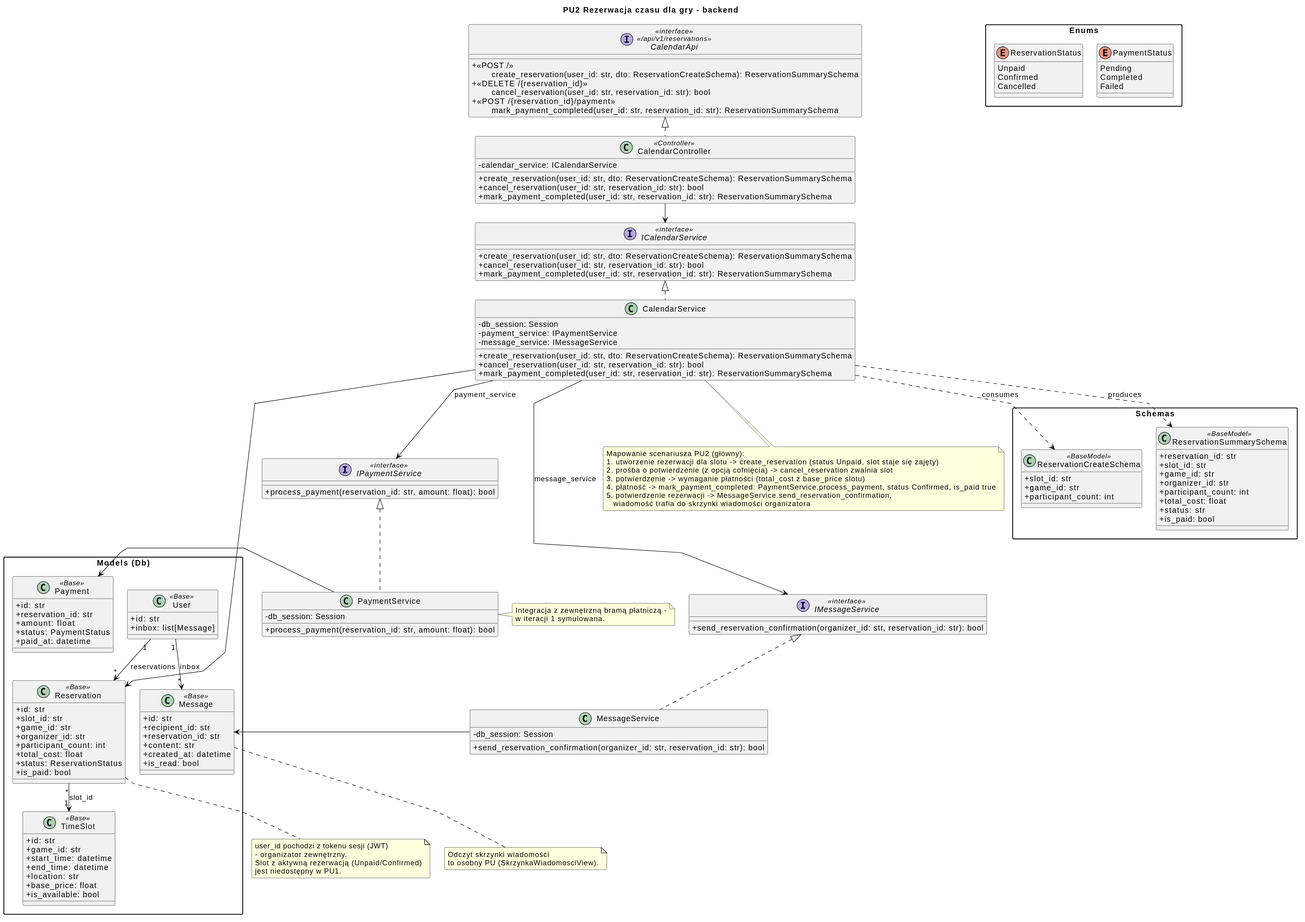
This is diagrams/backend/rendered/reservation.svg from Igor-Ochocki/POP-2026Z, a PlantUML export, as it was before one commit.
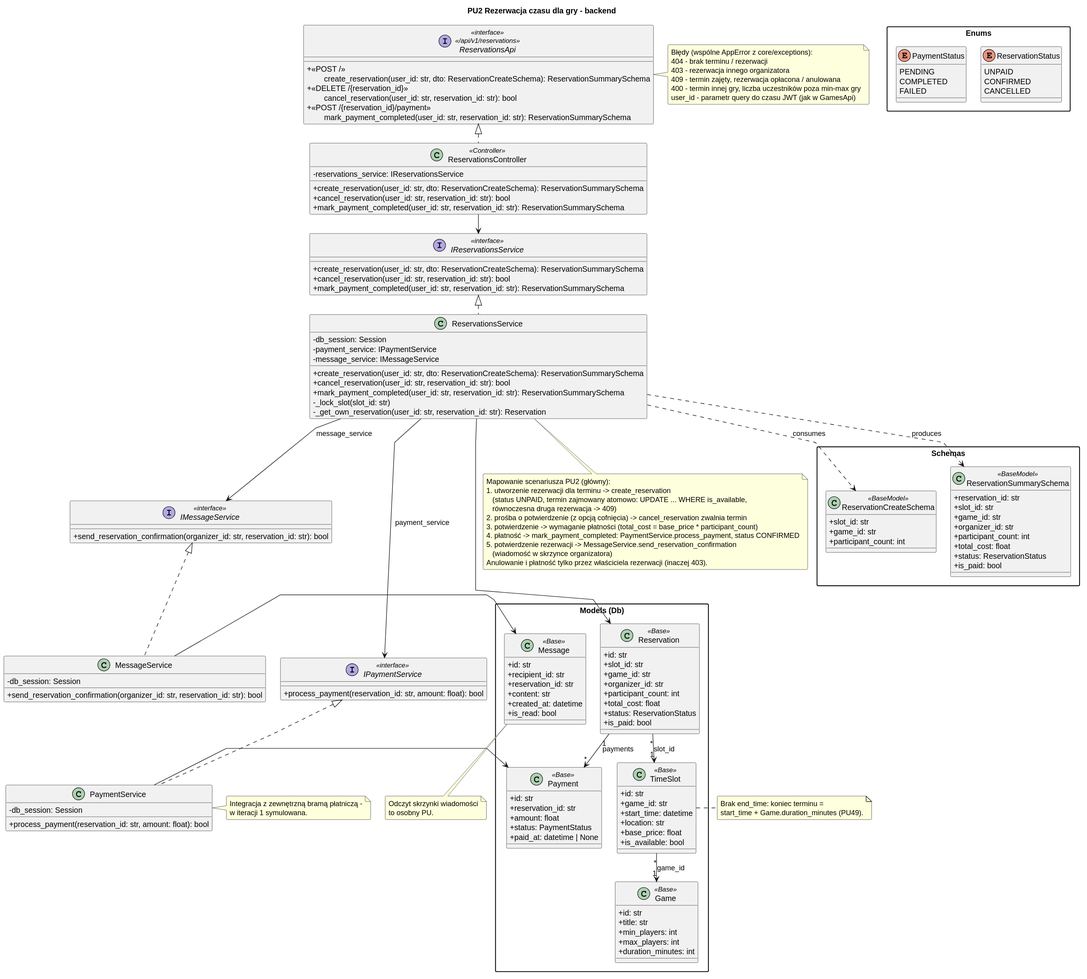
Above is the later version.

Diff of the diagram source:
```diff
@@ -9,32 +9,34 @@
 
 title PU2 Rezerwacja czasu dla gry - backend
 
-interface CalendarApi <<interface>>\n<< /api/v1/reservations >> {
+interface ReservationsApi <<interface>>\n<< /api/v1/reservations >> {
     + <<POST / >>\n\tcreate_reservation(user_id: str, dto: ReservationCreateSchema): ReservationSummarySchema
     + <<DELETE /{reservation_id} >>\n\tcancel_reservation(user_id: str, reservation_id: str): bool
     + <<POST /{reservation_id}/payment >>\n\tmark_payment_completed(user_id: str, reservation_id: str): ReservationSummarySchema
 }
 
-class CalendarController <<Controller>> {
-    - calendar_service: ICalendarService
+class ReservationsController <<Controller>> {
+    - reservations_service: IReservationsService
     + create_reservation(user_id: str, dto: ReservationCreateSchema): ReservationSummarySchema
     + cancel_reservation(user_id: str, reservation_id: str): bool
     + mark_payment_completed(user_id: str, reservation_id: str): ReservationSummarySchema
 }
 
-interface ICalendarService <<interface>> {
+interface IReservationsService <<interface>> {
     + create_reservation(user_id: str, dto: ReservationCreateSchema): ReservationSummarySchema
     + cancel_reservation(user_id: str, reservation_id: str): bool
     + mark_payment_completed(user_id: str, reservation_id: str): ReservationSummarySchema
 }
 
-class CalendarService {
+class ReservationsService {
     - db_session: Session
     - payment_service: IPaymentService
     - message_service: IMessageService
     + create_reservation(user_id: str, dto: ReservationCreateSchema): ReservationSummarySchema
     + cancel_reservation(user_id: str, reservation_id: str): bool
     + mark_payment_completed(user_id: str, reservation_id: str): ReservationSummarySchema
+    - _lock_slot(slot_id: str)
+    - _get_own_reservation(user_id: str, reservation_id: str): Reservation
 }
 
 interface IPaymentService <<interface>> {
@@ -69,7 +71,7 @@
         + organizer_id: str
         + participant_count: int
         + total_cost: float
-        + status: str
+        + status: ReservationStatus
         + is_paid: bool
     }
 }
@@ -91,7 +93,7 @@
         + reservation_id: str
         + amount: float
         + status: PaymentStatus
-        + paid_at: datetime
+        + paid_at: datetime | None
     }
 
     class Message <<Base>> {
@@ -107,60 +109,79 @@
         + id: str
         + game_id: str
         + start_time: datetime
-        + end_time: datetime
         + location: str
         + base_price: float
         + is_available: bool
     }
 
-    class User <<Base>> {
+    class Game <<Base>> {
         + id: str
-        + inbox: list[Message]
+        + title: str
+        + min_players: int
+        + max_players: int
+        + duration_minutes: int
     }
 }
 
 package "Enums" {
     enum ReservationStatus {
-        Unpaid
-        Confirmed
-        Cancelled
+        UNPAID
+        CONFIRMED
+        CANCELLED
     }
 
     enum PaymentStatus {
-        Pending
-        Completed
-        Failed
+        PENDING
+        COMPLETED
+        FAILED
     }
 }
 
-CalendarController .up.|> CalendarApi
-CalendarController --> ICalendarService
+ReservationsController .up.|> ReservationsApi
+ReservationsController --> IReservationsService
 
-CalendarService .up.|> ICalendarService
-CalendarService --> IPaymentService : payment_service
-CalendarService --> IMessageService : message_service
+ReservationsService .up.|> IReservationsService
+ReservationsService --> IPaymentService : payment_service
+ReservationsService --> IMessageService : message_service
 
 PaymentService .up.|> IPaymentService
 PaymentService -right-> Payment
 MessageService .up.|> IMessageService
 MessageService -right-> Message
 
-CalendarService -right-> Reservation
-CalendarService ..> ReservationCreateSchema : consumes
-CalendarService ..> ReservationSummarySchema : produces
+ReservationsService -right-> Reservation
+ReservationsService ..> ReservationCreateSchema : consumes
+ReservationsService ..> ReservationSummarySchema : produces
 
 Reservation "*" --> "1" TimeSlot : slot_id
-User "1" --> "*" Reservation : reservations
-User "1" --> "*" Message : inbox
+Reservation "1" --> "*" Payment : payments
+TimeSlot "*" --> "1" Game : game_id
 
-note bottom of CalendarService
+note bottom of ReservationsService
     Mapowanie scenariusza PU2 (główny):
-    1. utworzenie rezerwacji dla slotu -> create_reservation (status Unpaid, slot staje się zajęty)
-    2. prośba o potwierdzenie (z opcją cofnięcia) -> cancel_reservation zwalnia slot
-    3. potwierdzenie -> wymaganie płatności (total_cost z base_price slotu)
-    4. płatność -> mark_payment_completed: PaymentService.process_payment, status Confirmed, is_paid true
-    5. potwierdzenie rezerwacji -> MessageService.send_reservation_confirmation,
-       wiadomość trafia do skrzynki wiadomości organizatora
+    1. utworzenie rezerwacji dla terminu -> create_reservation
+       (status UNPAID, termin zajmowany atomowo: UPDATE ... WHERE is_available,
+       równoczesna druga rezerwacja -> 409)
+    2. prośba o potwierdzenie (z opcją cofnięcia) -> cancel_reservation zwalnia termin
+    3. potwierdzenie -> wymaganie płatności (total_cost = base_price * participant_count)
+    4. płatność -> mark_payment_completed: PaymentService.process_payment, status CONFIRMED
+    5. potwierdzenie rezerwacji -> MessageService.send_reservation_confirmation
+       (wiadomość w skrzynce organizatora)
+    Anulowanie i płatność tylko przez właściciela rezerwacji (inaczej 403).
+end note
+
+note right of ReservationsApi
+    Błędy (wspólne AppError z core/exceptions):
+    404 - brak terminu / rezerwacji
+    403 - rezerwacja innego organizatora
+    409 - termin zajęty, rezerwacja opłacona / anulowana
+    400 - termin innej gry, liczba uczestników poza min-max gry
+    user_id - parametr query do czasu JWT (jak w GamesApi)
+end note
+
+note right of TimeSlot
+    Brak end_time: koniec terminu =
+    start_time + Game.duration_minutes (PU49).
 end note
 
 note right of PaymentService
@@ -170,13 +191,6 @@
 
 note bottom of Message
     Odczyt skrzynki wiadomości
-    to osobny PU (SkrzynkaWiadomosciView).
-end note
-
-note bottom of Reservation
-    user_id pochodzi z tokenu sesji (JWT)
-    - organizator zewnętrzny.
-    Slot z aktywną rezerwacją (Unpaid/Confirmed)
-    jest niedostępny w PU1.
+    to osobny PU.
 end note
 @enduml
```
